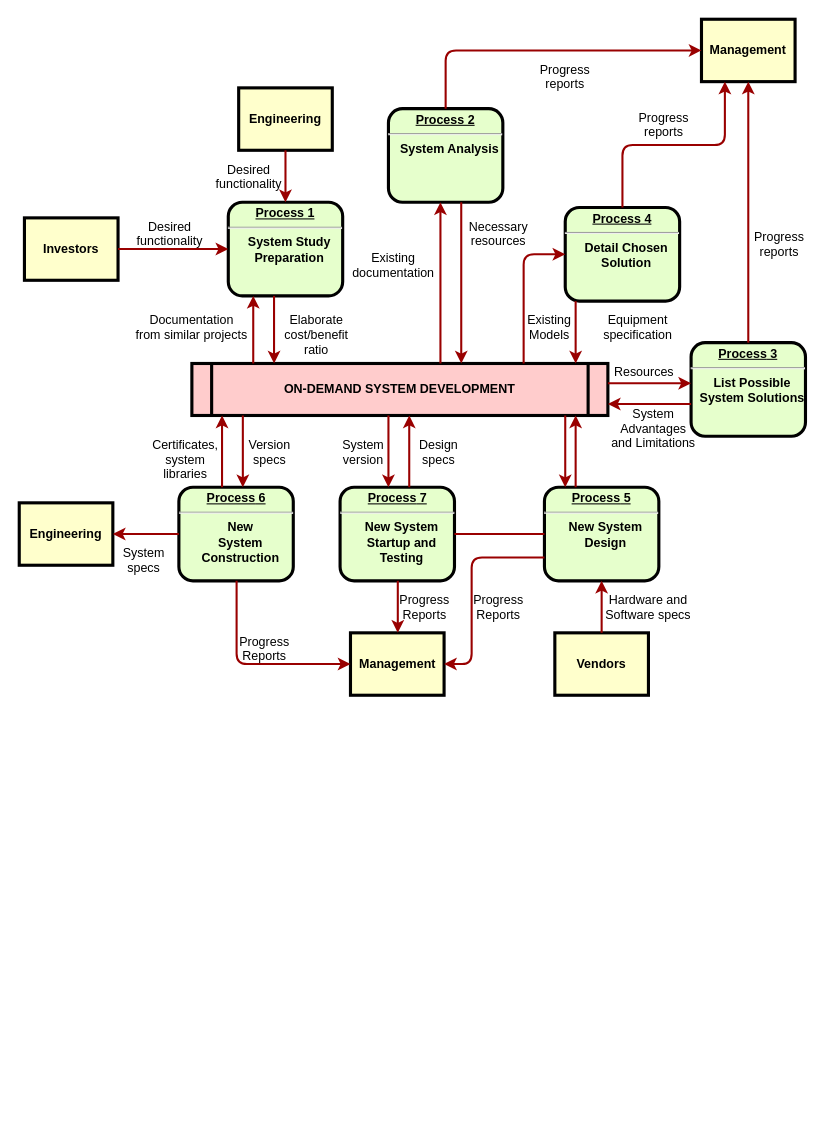
Before: gpu-operator.drawio in payall4u/draw.io, a draw.io diagram. Source tidied: cells renumbered, new cells numbered last; positions are measured from the earlier drawing's top-left corner, leaving out a move shared by most shapes. Both pictures are drawn from the tidied source at 104%, with x=0, y=0 at pixel (19, 19).
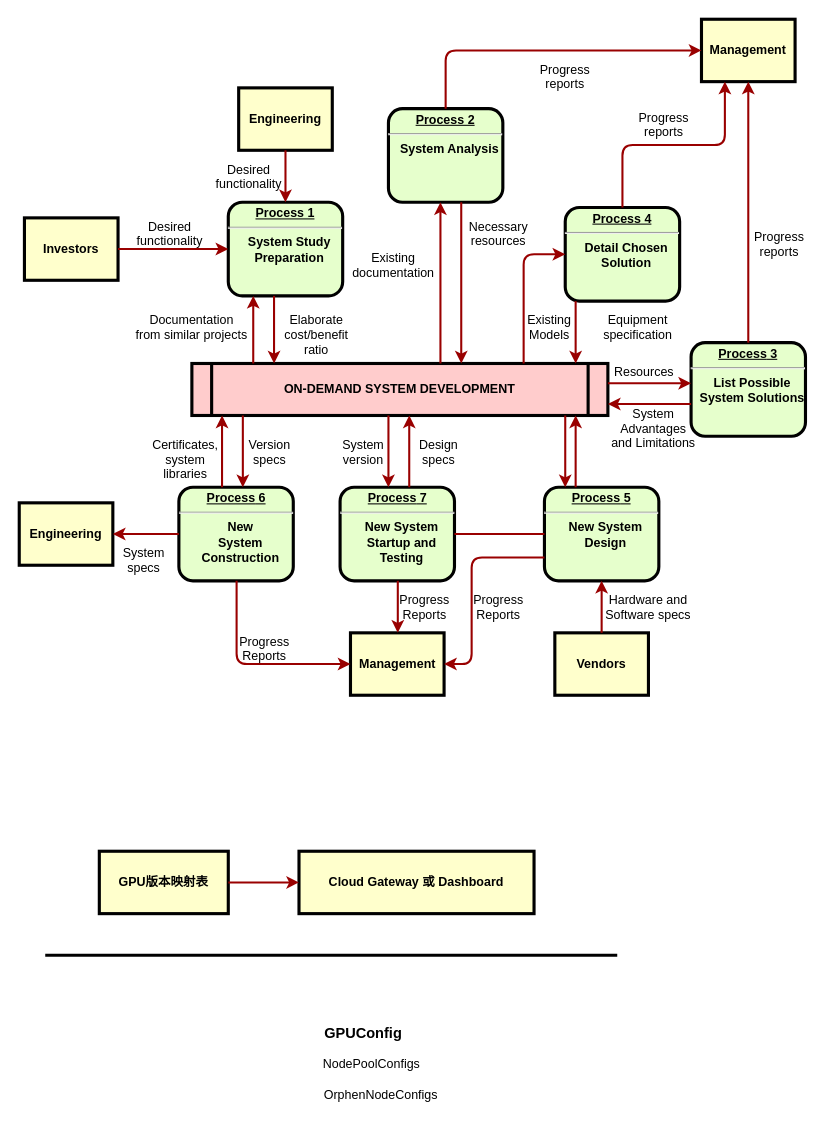
The same diagram, later.

What changed in the source:
```diff
@@
+    <mxCell id="63" value="GPU版本映射表" style="whiteSpace=wrap;align=center;verticalAlign=middle;fontStyle=1;strokeWidth=3;fillColor=#FFFFCC;" parent="1" vertex="1">
+      <mxGeometry x="77" y="800" width="124" height="60" as="geometry" />
+    </mxCell>
+    <mxCell id="64" value="Cloud Gateway 或 Dashboard" style="whiteSpace=wrap;align=center;verticalAlign=middle;fontStyle=1;strokeWidth=3;fillColor=#FFFFCC;" parent="1" vertex="1">
+      <mxGeometry x="269" y="800" width="226" height="60" as="geometry" />
+    </mxCell>
+    <mxCell id="65" style="edgeStyle=elbowEdgeStyle;elbow=vertical;strokeColor=#990000;strokeWidth=2;exitX=1;exitY=0.5;exitDx=0;exitDy=0;entryX=0;entryY=0.5;entryDx=0;entryDy=0;" parent="1" edge="1" source="63" target="64">
+      <mxGeometry relative="1" as="geometry" />
+    </mxCell>
+    <mxCell id="66" value="GPUConfig" style="text;html=1;strokeColor=none;fillColor=none;align=center;verticalAlign=middle;whiteSpace=wrap;rounded=0;fontStyle=1;fontSize=14;" parent="1" vertex="1">
+      <mxGeometry x="301" y="960" width="60" height="30" as="geometry" />
+    </mxCell>
+    <mxCell id="67" value="NodePoolConfigs" style="text;html=1;strokeColor=none;fillColor=none;align=center;verticalAlign=middle;whiteSpace=wrap;rounded=0;fontStyle=0;fontSize=12;" parent="1" vertex="1">
+      <mxGeometry x="308.5" y="990" width="60" height="30" as="geometry" />
+    </mxCell>
+    <mxCell id="68" value="OrphenNodeConfigs" style="text;html=1;strokeColor=none;fillColor=none;align=center;verticalAlign=middle;whiteSpace=wrap;rounded=0;fontStyle=0;fontSize=12;" parent="1" vertex="1">
+      <mxGeometry x="318" y="1020" width="60" height="30" as="geometry" />
+    </mxCell>
+    <mxCell id="69" style="endArrow=none;html=1;rounded=0;strokeWidth=3;" parent="1" edge="1">
+      <mxGeometry relative="1" as="geometry">
+        <mxPoint x="25" y="900" as="sourcePoint" />
+        <mxPoint x="575" y="900" as="targetPoint" />
+      </mxGeometry>
+    </mxCell>
```
